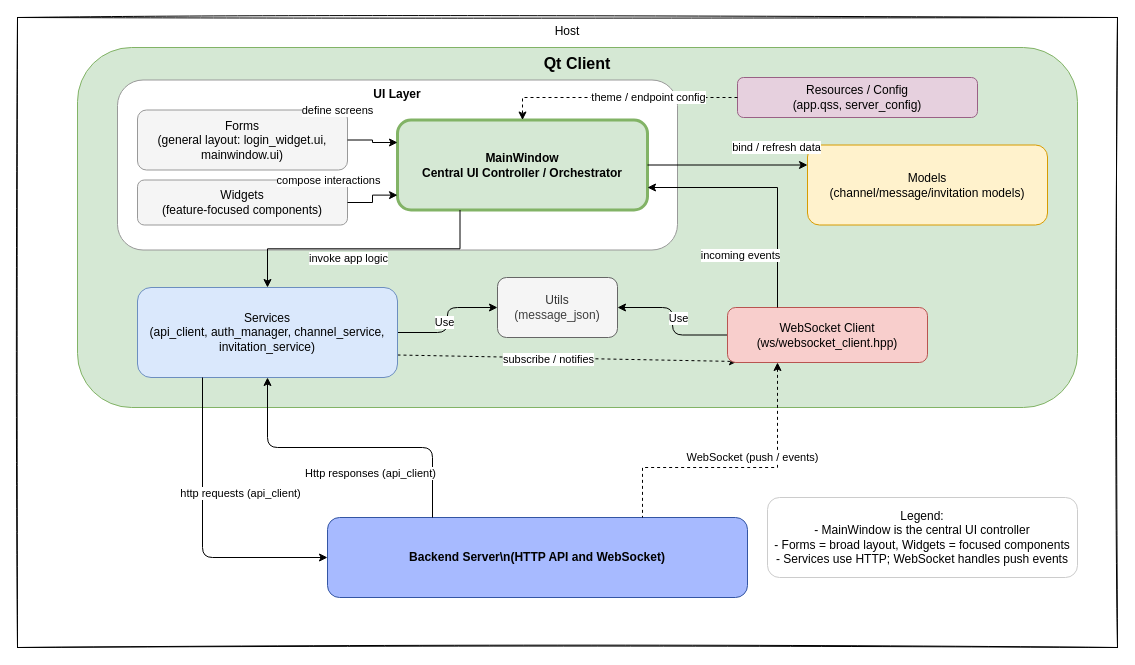
Before: docs/client_architecture.drawio in AdelinePat/wizzMania, a draw.io diagram. Source tidied: cells renumbered, new cells numbered last; positions are measured from the earlier drawing's top-left corner, leaving out a move shared by most shapes. Both pictures are drawn from the tidied source at 100%, with x=0, y=0 at pixel (17, 17).
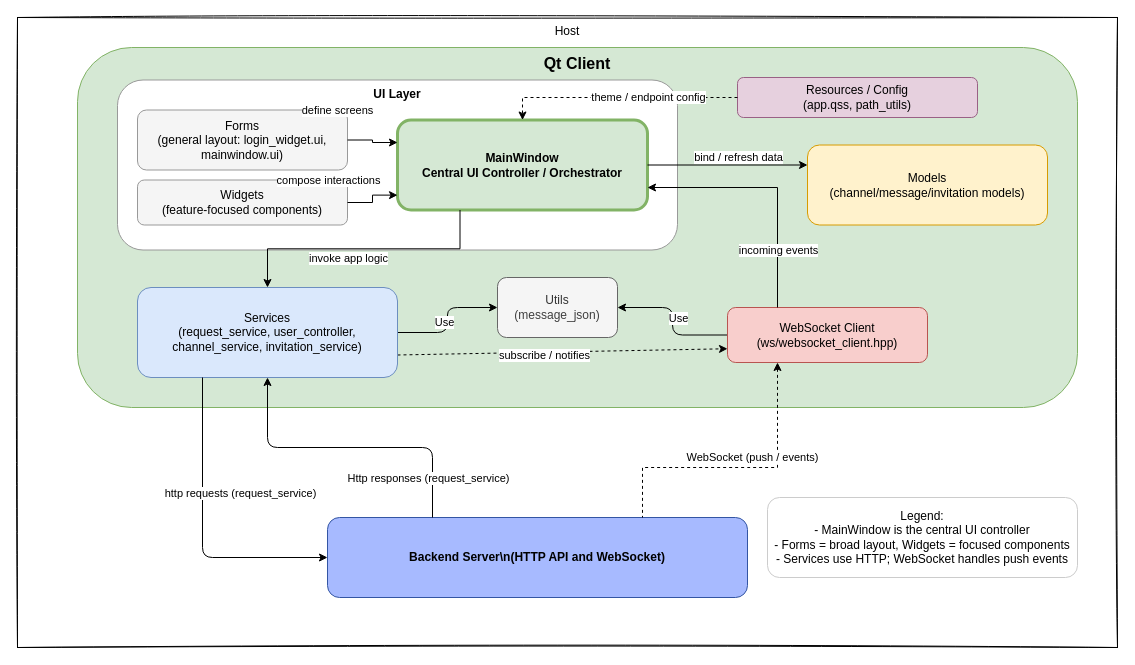
After the change.

The change refers to these unchanged cells:
```xml
<mxCell id="6" value="Widgets&lt;div&gt;(feature-focused components)&lt;/div&gt;" style="whiteSpace=wrap;html=1;rounded=1;fillColor=#f5f5f5;strokeColor=#999999;" parent="1" vertex="1">
  <mxGeometry x="120" y="162.5" width="210" height="45" as="geometry" />
</mxCell>
<mxCell id="7" value="MainWindow&lt;div&gt;Central UI Controller / Orchestrator&lt;/div&gt;" style="whiteSpace=wrap;html=1;rounded=1;fillColor=#d5e8d4;strokeColor=#82b366;strokeWidth=3;fontStyle=1;" parent="1" vertex="1">
  <mxGeometry x="380" y="102.5" width="250" height="90" as="geometry" />
</mxCell>
<mxCell id="16" value="WebSocket Client&lt;div&gt;(ws/websocket_client.hpp)&lt;/div&gt;" style="whiteSpace=wrap;html=1;rounded=1;fillColor=#f8cecc;strokeColor=#b85450;" parent="1" vertex="1">
  <mxGeometry x="710" y="290" width="200" height="55" as="geometry" />
</mxCell>
<mxCell id="23" style="html=1;rounded=0;startArrow=none;endArrow=classic;entryX=0;entryY=0.25;entryDx=0;entryDy=0;" parent="1" edge="1" source="7" target="8">
  <mxGeometry relative="1" as="geometry" />
</mxCell>
<mxCell id="31" style="edgeStyle=orthogonalEdgeStyle;html=1;rounded=0;startArrow=none;endArrow=classic;exitX=0.25;exitY=0;exitDx=0;exitDy=0;entryX=1;entryY=0.75;entryDx=0;entryDy=0;" parent="1" edge="1" source="16" target="7">
  <mxGeometry relative="1" as="geometry" />
</mxCell>
<mxCell id="34" style="endArrow=classic;html=1;exitX=0.25;exitY=1;exitDx=0;exitDy=0;entryX=0;entryY=0.5;entryDx=0;entryDy=0;edgeStyle=orthogonalEdgeStyle;" parent="1" edge="1" source="13" target="18">
  <mxGeometry relative="1" as="geometry" />
</mxCell>
<mxCell id="36" style="endArrow=classic;html=1;exitX=0.25;exitY=0;exitDx=0;exitDy=0;edgeStyle=orthogonalEdgeStyle;" parent="1" edge="1" source="18" target="13">
  <mxGeometry relative="1" as="geometry" />
</mxCell>
```

Change to the diagram source:
```diff
@@
-    <mxCell id="9" style="edgeStyle=none;html=1;exitX=1;exitY=0.75;exitDx=0;exitDy=0;entryX=0.05;entryY=0.982;entryDx=0;entryDy=0;entryPerimeter=0;dashed=1;" parent="1" edge="1" source="13" target="16">
+    <mxCell id="9" style="edgeStyle=none;html=1;exitX=1;exitY=0.75;exitDx=0;exitDy=0;entryX=0;entryY=0.75;entryDx=0;entryDy=0;dashed=1;" parent="1" edge="1" source="13" target="16">
       <mxGeometry relative="1" as="geometry" />
     </mxCell>
@@
-    <mxCell id="13" value="Services&lt;div&gt;(api_client, auth_manager, channel_service, invitation_service)&lt;/div&gt;" style="whiteSpace=wrap;html=1;rounded=1;fillColor=#dae8fc;strokeColor=#6c8ebf;" parent="1" vertex="1">
+    <mxCell id="13" value="Services&lt;div&gt;(request_service, user_controller, channel_service, invitation_service)&lt;/div&gt;" style="whiteSpace=wrap;html=1;rounded=1;fillColor=#dae8fc;strokeColor=#6c8ebf;" parent="1" vertex="1">
       <mxGeometry x="120" y="270" width="260" height="90" as="geometry" />
     </mxCell>
@@
+    <mxCell id="39" style="edgeStyle=none;html=1;exitX=0;exitY=1;exitDx=0;exitDy=0;" parent="1" edge="1" source="16">
+      <mxGeometry relative="1" as="geometry">
+        <mxPoint x="710" y="345" as="targetPoint" />
+      </mxGeometry>
+    </mxCell>
@@
-    <mxCell id="17" value="Resources / Config&lt;div&gt;(app.qss, server_config)&lt;/div&gt;" style="whiteSpace=wrap;html=1;rounded=1;fillColor=#e6d0de;strokeColor=#996185;" parent="1" vertex="1">
+    <mxCell id="17" value="Resources / Config&lt;div&gt;(app.qss, path_utils)&lt;/div&gt;" style="whiteSpace=wrap;html=1;rounded=1;fillColor=#e6d0de;strokeColor=#996185;" parent="1" vertex="1">
       <mxGeometry x="720" y="60" width="240" height="40" as="geometry" />
     </mxCell>
@@
-    <mxCell id="21" style="edgeStyle=orthogonalEdgeStyle;html=1;rounded=0;startArrow=none;endArrow=classic;entryX=0;entryY=0.835;entryDx=0;entryDy=0;entryPerimeter=0;" parent="1" edge="1" source="6" target="7">
+    <mxCell id="21" style="edgeStyle=orthogonalEdgeStyle;html=1;rounded=0;startArrow=none;endArrow=classic;entryX=0;entryY=0.835;entryDx=0;entryDy=0;entryPerimeter=0;exitX=1;exitY=0.5;exitDx=0;exitDy=0;" parent="1" edge="1" source="6" target="7">
       <mxGeometry relative="1" as="geometry" />
     </mxCell>
@@
     <mxCell id="24" value="bind / refresh data" style="edgeLabel;html=1;align=center;verticalAlign=middle;" parent="23" vertex="1">
       <mxGeometry x="0.5" y="-0.5" relative="1" as="geometry">
-        <mxPoint x="8" y="-18" as="offset" />
+        <mxPoint x="-30" y="-8" as="offset" />
       </mxGeometry>
     </mxCell>
@@
     <mxCell id="32" value="incoming events" style="edgeLabel;html=1;align=center;verticalAlign=middle;" parent="31" vertex="1">
       <mxGeometry x="0.5" y="-0.5" relative="1" as="geometry">
-        <mxPoint x="30" y="68" as="offset" />
+        <mxPoint x="68" y="63" as="offset" />
       </mxGeometry>
     </mxCell>
@@
-    <mxCell id="35" value="http requests (api_client)" style="edgeLabel;html=1;align=center;verticalAlign=middle;" parent="34" vertex="1">
+    <mxCell id="35" value="http requests (request_service)" style="edgeLabel;html=1;align=center;verticalAlign=middle;" parent="34" vertex="1">
       <mxGeometry x="0.5" relative="1" as="geometry">
         <mxPoint x="-12" y="-65" as="offset" />
       </mxGeometry>
     </mxCell>
@@
-    <mxCell id="37" value="Http responses (api_client)" style="edgeLabel;html=1;align=center;verticalAlign=middle;" parent="36" vertex="1">
+    <mxCell id="37" value="Http responses (request_service)" style="edgeLabel;html=1;align=center;verticalAlign=middle;" parent="36" vertex="1">
       <mxGeometry x="0.16" y="-3" relative="1" as="geometry">
-        <mxPoint x="44" y="28" as="offset" />
+        <mxPoint x="102" y="33" as="offset" />
       </mxGeometry>
     </mxCell>
```
